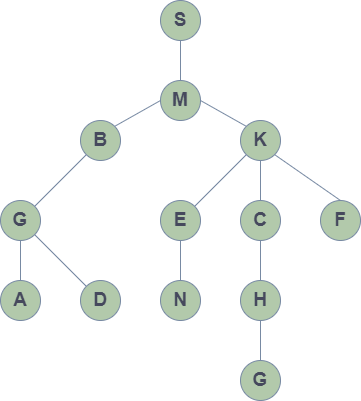
The draw.io diagram Lab02/pic/Search-HW.drawio.png in tisage/CISC339, before a commit. Source tidied: cells renumbered, new cells last; positions are measured from the earlier drawing's top-left corner, leaving out a move shared by most shapes.
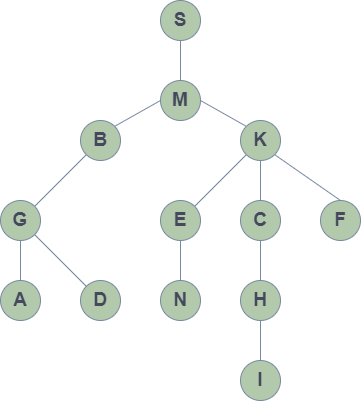
The same diagram one commit later.

What changed in the source:
```diff
@@ -44,7 +44,7 @@
     <mxCell id="15" value="&lt;font style=&quot;font-size: 19px;&quot;&gt;&lt;b&gt;H&lt;/b&gt;&lt;/font&gt;" style="ellipse;whiteSpace=wrap;html=1;fillColor=#B2C9AB;strokeColor=#788AA3;fontColor=#46495D;" parent="1" vertex="1">
       <mxGeometry x="240" y="280" width="40" height="40" as="geometry" />
     </mxCell>
-    <mxCell id="16" value="&lt;font style=&quot;font-size: 19px;&quot;&gt;&lt;b&gt;G&lt;/b&gt;&lt;/font&gt;" style="ellipse;whiteSpace=wrap;html=1;fillColor=#B2C9AB;strokeColor=#788AA3;fontColor=#46495D;" parent="1" vertex="1">
+    <mxCell id="16" value="&lt;font style=&quot;font-size: 19px;&quot;&gt;&lt;b&gt;I&lt;/b&gt;&lt;/font&gt;" style="ellipse;whiteSpace=wrap;html=1;fillColor=#B2C9AB;strokeColor=#788AA3;fontColor=#46495D;" parent="1" vertex="1">
       <mxGeometry x="240" y="360" width="40" height="40" as="geometry" />
     </mxCell>
     <mxCell id="17" style="rounded=0;jettySize=auto;html=1;exitX=0;exitY=0;exitDx=0;exitDy=0;entryX=1;entryY=0.5;entryDx=0;entryDy=0;fontSize=19;endArrow=none;endFill=0;fillColor=#B2C9AB;strokeColor=#788AA3;fontColor=#46495D;" parent="1" edge="1" source="7" target="5">
```
